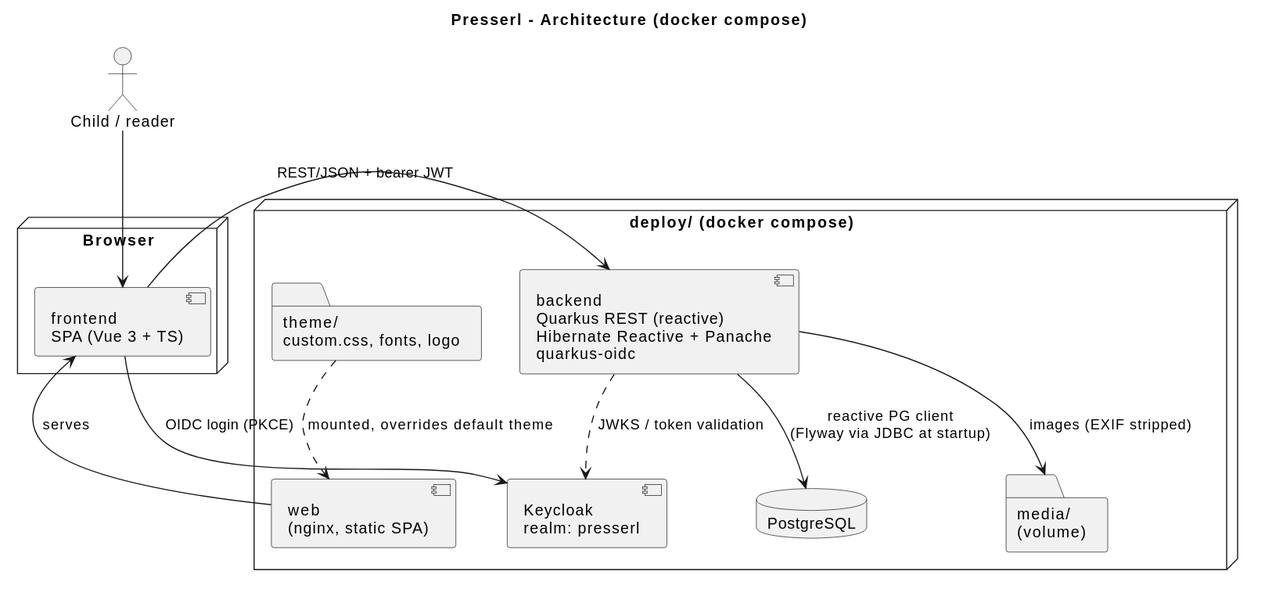
Above: docs/diagrams/architecture.svg in UnterrainerInformatik/presserl (PlantUML), before the change.
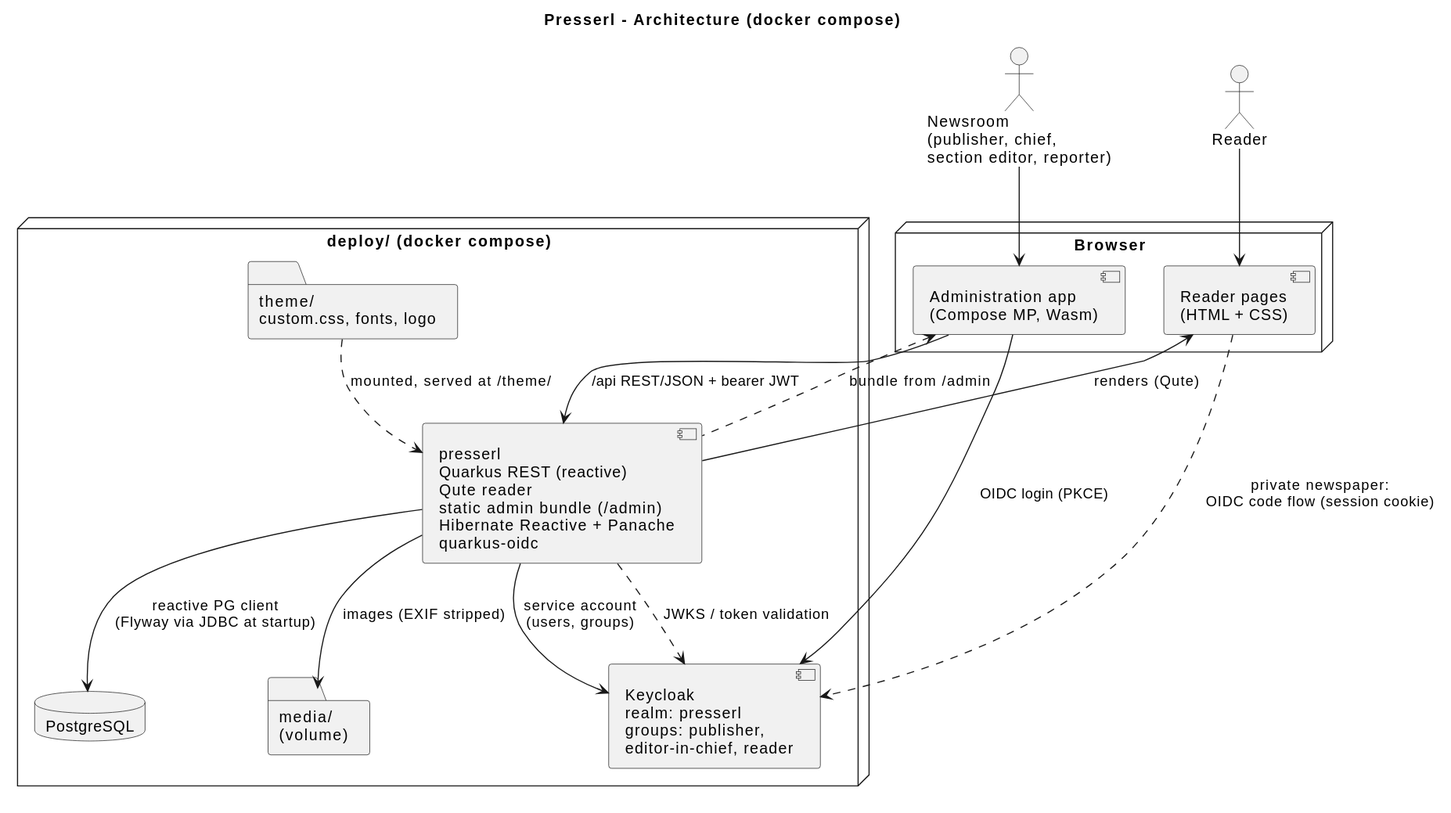
Later version of the same file.

The edit, as a diff of the source:
```diff
@@ -3,24 +3,29 @@
 skinparam shadowing false
 skinparam defaultFontName Sans-Serif
 
-actor "Child / reader" as user
+actor "Reader" as reader
+actor "Newsroom\n(publisher, chief,\nsection editor, reporter)" as newsroom
 node "Browser" {
-  component "frontend\nSPA (Vue 3 + TS)" as spa
+  component "Reader pages\n(HTML + CSS)" as html
+  component "Administration app\n(Compose MP, Wasm)" as admin
 }
 node "deploy/ (docker compose)" {
-  component "web\n(nginx, static SPA)" as web
+  component "presserl\nQuarkus REST (reactive)\nQute reader\nstatic admin bundle (/admin)\nHibernate Reactive + Panache\nquarkus-oidc" as srv
   folder "theme/\ncustom.css, fonts, logo" as theme
-  component "Keycloak\nrealm: presserl" as kc
-  component "backend\nQuarkus REST (reactive)\nHibernate Reactive + Panache\nquarkus-oidc" as srv
+  component "Keycloak\nrealm: presserl\ngroups: publisher,\neditor-in-chief, reader" as kc
   database "PostgreSQL" as db
   folder "media/\n(volume)" as media
 }
 
-user --> spa
-web --> spa : serves
-theme ..> web : mounted, overrides default theme
-spa --> kc : OIDC login (PKCE)
-spa --> srv : REST/JSON + bearer JWT
+reader --> html
+newsroom --> admin
+srv --> html : renders (Qute)
+admin <.. srv : bundle from /admin
+theme ..> srv : mounted, served at /theme/
+html ..> kc : private newspaper:\nOIDC code flow (session cookie)
+admin --> kc : OIDC login (PKCE)
+admin --> srv : /api REST/JSON + bearer JWT
+srv --> kc : service account\n(users, groups)
 srv ..> kc : JWKS / token validation
 srv --> db : reactive PG client\n(Flyway via JDBC at startup)
 srv --> media : images (EXIF stripped)
```
